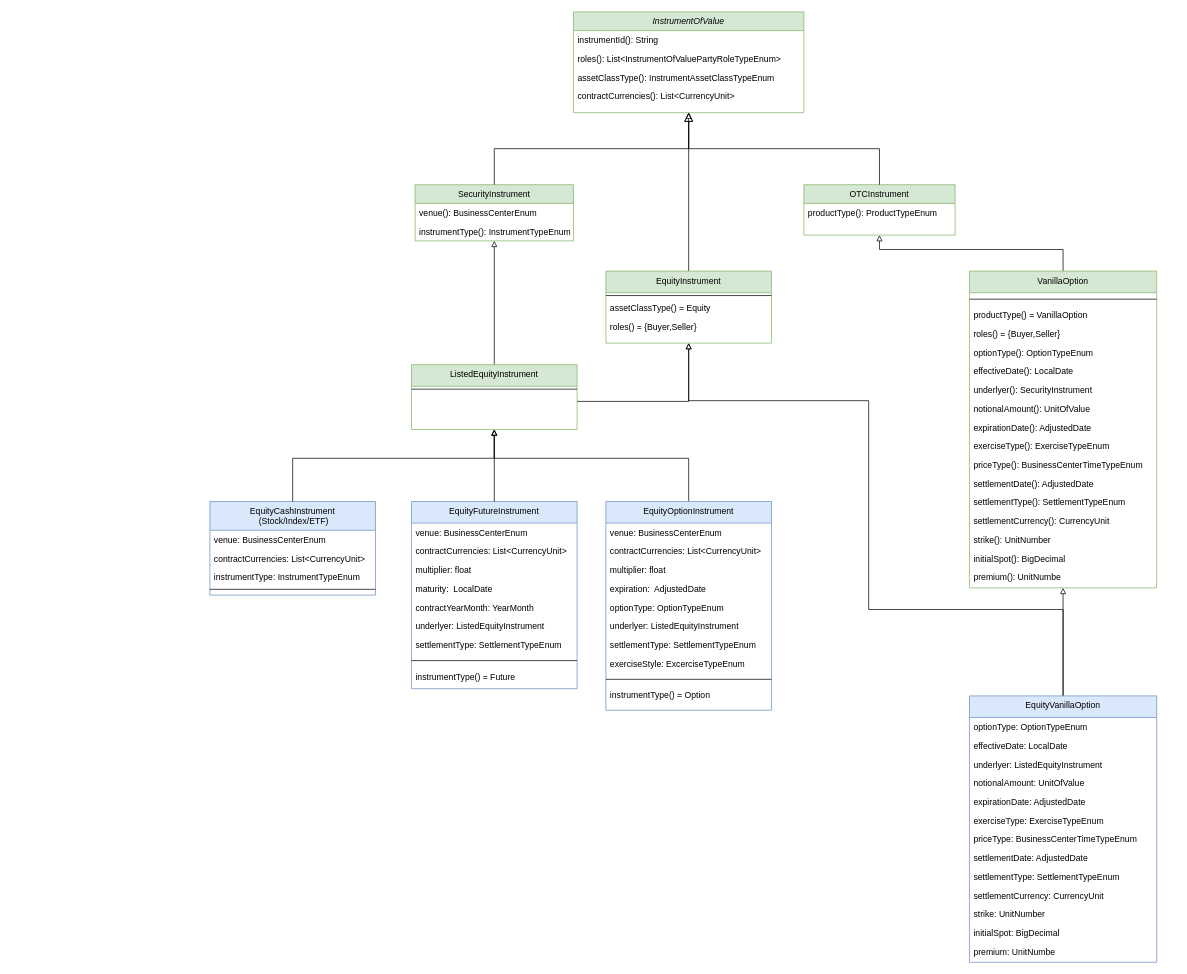
Earlier version of the draw.io diagram page "Instrument" (1 of 2) of risk-engine-data.drawio (blshao84/VaRReportingSys). Source tidied: cells renumbered, new cells numbered last; positions are measured from the earlier drawing's top-left corner, leaving out a move shared by most shapes. Both pictures are drawn from the tidied source at 72%, with x=0, y=0 at pixel (210, 12).
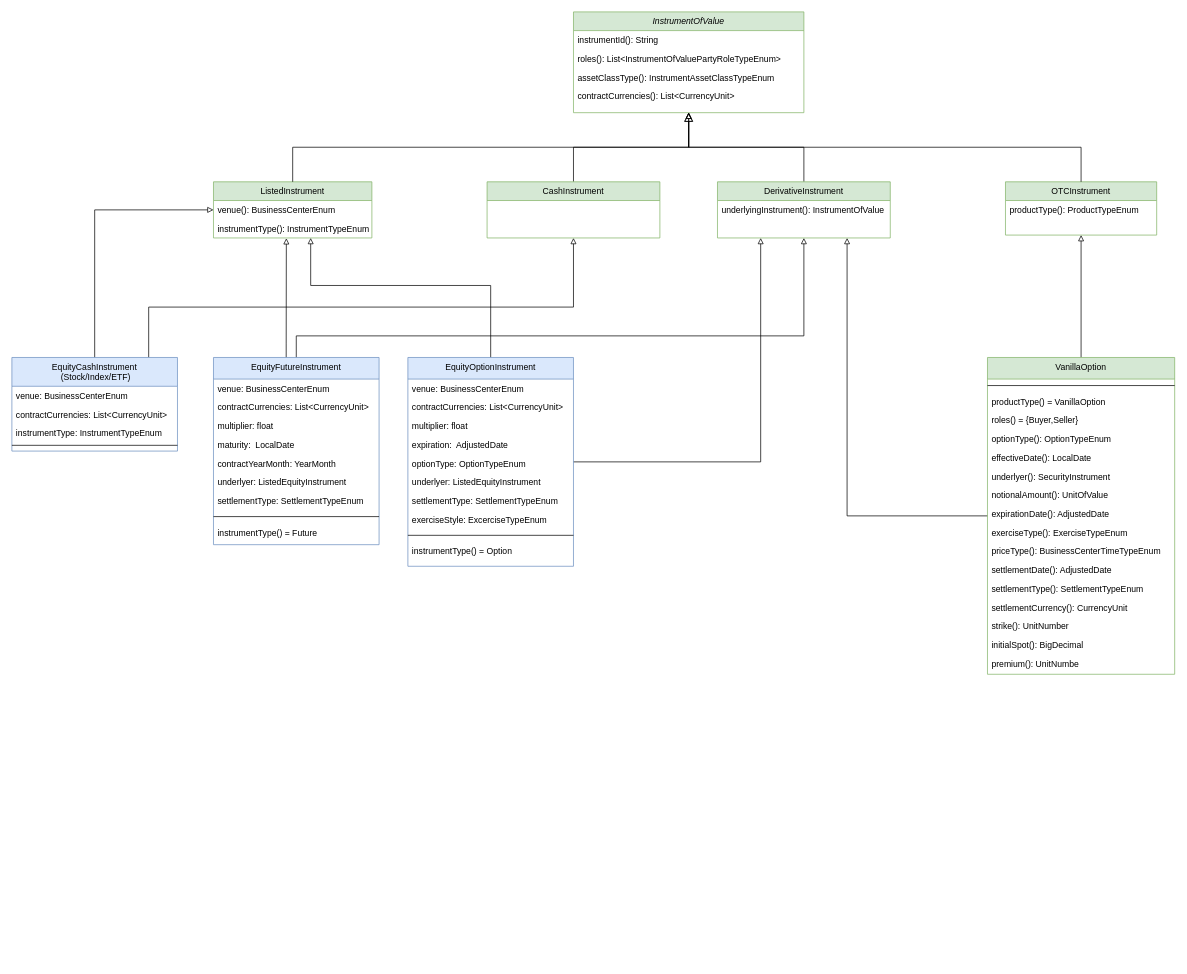
Above is the later version.

The change refers to these unchanged cells:
```xml
<mxCell id="3" value="InstrumentOfValue" style="swimlane;fontStyle=2;align=center;verticalAlign=top;horizontal=1;startSize=26;rounded=0;shadow=0;strokeWidth=1;fillColor=#d5e8d4;strokeColor=#82b366;" parent="1" vertex="1">
  <mxGeometry x="505" width="320" height="140" as="geometry" />
</mxCell>
<mxCell id="10" value="venue(): BusinessCenterEnum" style="text;align=left;verticalAlign=top;spacingLeft=4;spacingRight=4;overflow=hidden;points=[[0,0.5],[1,0.5]];portConstraint=eastwest;" parent="9" vertex="1">
  <mxGeometry y="26" width="220" height="26" as="geometry" />
</mxCell>
<mxCell id="11" value="instrumentType(): InstrumentTypeEnum" style="text;align=left;verticalAlign=top;spacingLeft=4;spacingRight=4;overflow=hidden;points=[[0,0.5],[1,0.5]];portConstraint=eastwest;" parent="9" vertex="1">
  <mxGeometry y="52" width="220" height="26" as="geometry" />
</mxCell>
```

Diff of the diagram source:
```diff
@@
-    <mxCell id="2" style="edgeStyle=orthogonalEdgeStyle;rounded=0;jettySize=auto;html=1;startArrow=block;startFill=0;endArrow=none;endFill=0;" parent="1" edge="1" source="3" target="34">
-      <mxGeometry relative="1" as="geometry" />
-    </mxCell>
@@
-    <mxCell id="8" style="edgeStyle=orthogonalEdgeStyle;rounded=0;jettySize=auto;html=1;startArrow=block;startFill=0;endArrow=none;endFill=0;" parent="1" edge="1" source="9" target="41">
-      <mxGeometry relative="1" as="geometry" />
-    </mxCell>
-    <mxCell id="9" value="SecurityInstrument" style="swimlane;fontStyle=0;align=center;verticalAlign=top;horizontal=1;startSize=26;rounded=0;shadow=0;strokeWidth=1;fillColor=#d5e8d4;strokeColor=#82b366;" parent="1" vertex="1">
-      <mxGeometry x="285" y="240" width="220" height="78" as="geometry" />
+    <mxCell id="9" value="ListedInstrument" style="swimlane;fontStyle=0;align=center;verticalAlign=top;horizontal=1;startSize=26;rounded=0;shadow=0;strokeWidth=1;fillColor=#d5e8d4;strokeColor=#82b366;" parent="1" vertex="1">
+      <mxGeometry x="5" y="236" width="220" height="78" as="geometry" />
     </mxCell>
@@
+    <mxCell id="86" style="edgeStyle=orthogonalEdgeStyle;rounded=0;jettySize=auto;html=1;entryX=0.5;entryY=1;entryDx=0;entryDy=0;endArrow=block;endFill=0;" parent="1" edge="1" source="13" target="95">
+      <mxGeometry relative="1" as="geometry">
+        <Array as="points">
+          <mxPoint x="-85" y="410" />
+          <mxPoint x="505" y="410" />
+        </Array>
+      </mxGeometry>
+    </mxCell>
+    <mxCell id="87" style="edgeStyle=orthogonalEdgeStyle;rounded=0;jettySize=auto;html=1;entryX=0;entryY=0.5;entryDx=0;entryDy=0;endArrow=block;endFill=0;" parent="1" edge="1" source="13" target="10">
+      <mxGeometry relative="1" as="geometry" />
+    </mxCell>
     <mxCell id="13" value="EquityCashInstrument&#10; (Stock/Index/ETF)" style="swimlane;fontStyle=0;align=center;verticalAlign=top;horizontal=1;startSize=40;rounded=0;shadow=0;strokeWidth=1;fillColor=#dae8fc;strokeColor=#6c8ebf;" parent="1" vertex="1">
-      <mxGeometry y="680" width="230" height="130" as="geometry" />
+      <mxGeometry x="-275" y="480" width="230" height="130" as="geometry" />
     </mxCell>
@@
-    <mxCell id="18" style="edgeStyle=orthogonalEdgeStyle;rounded=0;jettySize=auto;html=1;startArrow=block;startFill=0;endArrow=none;endFill=0;" parent="1" edge="1" source="19" target="55">
-      <mxGeometry relative="1" as="geometry">
-        <Array as="points">
-          <mxPoint x="930" y="330" />
-          <mxPoint x="1185" y="330" />
-        </Array>
-      </mxGeometry>
-    </mxCell>
     <mxCell id="19" value="OTCInstrument" style="swimlane;fontStyle=0;align=center;verticalAlign=top;horizontal=1;startSize=26;rounded=0;shadow=0;strokeWidth=1;fillColor=#d5e8d4;strokeColor=#82b366;" parent="1" vertex="1">
-      <mxGeometry x="825" y="240" width="210" height="70" as="geometry" />
+      <mxGeometry x="1105" y="236" width="210" height="74" as="geometry" />
     </mxCell>
@@
+    <mxCell id="88" style="edgeStyle=orthogonalEdgeStyle;rounded=0;jettySize=auto;html=1;entryX=0.46;entryY=1.015;entryDx=0;entryDy=0;entryPerimeter=0;endArrow=block;endFill=0;" parent="1" edge="1" source="22" target="11">
+      <mxGeometry relative="1" as="geometry">
+        <Array as="points">
+          <mxPoint x="106" y="460" />
+          <mxPoint x="106" y="460" />
+        </Array>
+      </mxGeometry>
+    </mxCell>
+    <mxCell id="89" style="edgeStyle=orthogonalEdgeStyle;rounded=0;jettySize=auto;html=1;endArrow=block;endFill=0;entryX=0.5;entryY=1;entryDx=0;entryDy=0;" parent="1" edge="1" source="22" target="97">
+      <mxGeometry relative="1" as="geometry">
+        <Array as="points">
+          <mxPoint x="120" y="450" />
+          <mxPoint x="825" y="450" />
+        </Array>
+      </mxGeometry>
+    </mxCell>
     <mxCell id="22" value="EquityFutureInstrument" style="swimlane;fontStyle=0;align=center;verticalAlign=top;horizontal=1;startSize=30;rounded=0;shadow=0;strokeWidth=1;fillColor=#dae8fc;strokeColor=#6c8ebf;" parent="1" vertex="1">
-      <mxGeometry x="280" y="680" width="230" height="260" as="geometry" />
+      <mxGeometry x="5" y="480" width="230" height="260" as="geometry" />
     </mxCell>
@@
-    <mxCell id="32" style="edgeStyle=orthogonalEdgeStyle;rounded=0;jettySize=auto;html=1;entryX=1;entryY=0.5;entryDx=0;entryDy=0;startArrow=block;startFill=0;endArrow=none;endFill=0;exitX=0.5;exitY=1;exitDx=0;exitDy=0;" parent="1" edge="1" source="34">
-      <mxGeometry relative="1" as="geometry">
-        <mxPoint x="510" y="541" as="targetPoint" />
-        <Array as="points">
-          <mxPoint x="665" y="541" />
-        </Array>
-      </mxGeometry>
-    </mxCell>
-    <mxCell id="33" style="edgeStyle=orthogonalEdgeStyle;rounded=0;jettySize=auto;html=1;entryX=0.5;entryY=0;entryDx=0;entryDy=0;startArrow=block;startFill=0;endArrow=none;endFill=0;" parent="1" edge="1" source="34" target="72">
-      <mxGeometry relative="1" as="geometry">
-        <Array as="points">
-          <mxPoint x="665" y="540" />
-          <mxPoint x="915" y="540" />
-          <mxPoint x="915" y="830" />
-          <mxPoint x="1185" y="830" />
-        </Array>
-      </mxGeometry>
-    </mxCell>
-    <mxCell id="34" value="EquityInstrument" style="swimlane;fontStyle=0;align=center;verticalAlign=top;horizontal=1;startSize=30;rounded=0;shadow=0;strokeWidth=1;fillColor=#d5e8d4;strokeColor=#82b366;" parent="1" vertex="1">
-      <mxGeometry x="550" y="360" width="230" height="100" as="geometry" />
-    </mxCell>
-    <mxCell id="35" style="line;html=1;strokeWidth=1;align=left;verticalAlign=middle;spacingTop=-1;spacingLeft=3;spacingRight=3;labelPosition=right;" parent="34" vertex="1">
-      <mxGeometry y="30" width="230" height="8" as="geometry" />
-    </mxCell>
-    <mxCell id="36" value="assetClassType() = Equity" style="text;align=left;verticalAlign=top;spacingLeft=4;spacingRight=4;overflow=hidden;" parent="34" vertex="1">
-      <mxGeometry y="38" width="230" height="26" as="geometry" />
-    </mxCell>
-    <mxCell id="37" value="roles() = {Buyer,Seller}" style="text;align=left;verticalAlign=top;spacingLeft=4;spacingRight=4;overflow=hidden;" parent="34" vertex="1">
-      <mxGeometry y="64" width="230" height="26" as="geometry" />
-    </mxCell>
-    <mxCell id="38" style="edgeStyle=orthogonalEdgeStyle;rounded=0;jettySize=auto;html=1;entryX=0.5;entryY=0;entryDx=0;entryDy=0;startArrow=block;startFill=0;endArrow=none;endFill=0;" parent="1" edge="1" source="41" target="13">
-      <mxGeometry relative="1" as="geometry">
-        <Array as="points">
-          <mxPoint x="395" y="620" />
-          <mxPoint x="115" y="620" />
-        </Array>
-      </mxGeometry>
-    </mxCell>
-    <mxCell id="39" style="edgeStyle=orthogonalEdgeStyle;rounded=0;jettySize=auto;html=1;startArrow=block;startFill=0;endArrow=none;endFill=0;" parent="1" edge="1" source="41" target="22">
-      <mxGeometry relative="1" as="geometry" />
-    </mxCell>
-    <mxCell id="40" style="edgeStyle=orthogonalEdgeStyle;rounded=0;jettySize=auto;html=1;startArrow=block;startFill=0;endArrow=none;endFill=0;" parent="1" edge="1" source="41" target="43">
-      <mxGeometry relative="1" as="geometry">
-        <Array as="points">
-          <mxPoint x="395" y="620" />
-          <mxPoint x="665" y="620" />
-        </Array>
-      </mxGeometry>
-    </mxCell>
-    <mxCell id="41" value="ListedEquityInstrument" style="swimlane;fontStyle=0;align=center;verticalAlign=top;horizontal=1;startSize=30;rounded=0;shadow=0;strokeWidth=1;fillColor=#d5e8d4;strokeColor=#82b366;" parent="1" vertex="1">
-      <mxGeometry x="280" y="490" width="230" height="90" as="geometry" />
-    </mxCell>
-    <mxCell id="42" style="line;html=1;strokeWidth=1;align=left;verticalAlign=middle;spacingTop=-1;spacingLeft=3;spacingRight=3;labelPosition=right;" parent="41" vertex="1">
-      <mxGeometry y="30" width="230" height="8" as="geometry" />
-    </mxCell>
+    <mxCell id="90" style="edgeStyle=orthogonalEdgeStyle;rounded=0;jettySize=auto;html=1;endArrow=block;endFill=0;" parent="1" edge="1" source="43" target="11">
+      <mxGeometry relative="1" as="geometry">
+        <Array as="points">
+          <mxPoint x="390" y="380" />
+          <mxPoint x="140" y="380" />
+        </Array>
+      </mxGeometry>
+    </mxCell>
+    <mxCell id="91" style="edgeStyle=orthogonalEdgeStyle;rounded=0;jettySize=auto;html=1;endArrow=block;endFill=0;entryX=0.25;entryY=1;entryDx=0;entryDy=0;" parent="1" edge="1" source="43" target="97">
+      <mxGeometry relative="1" as="geometry" />
+    </mxCell>
     <mxCell id="43" value="EquityOptionInstrument" style="swimlane;fontStyle=0;align=center;verticalAlign=top;horizontal=1;startSize=30;rounded=0;shadow=0;strokeWidth=1;fillColor=#dae8fc;strokeColor=#6c8ebf;" parent="1" vertex="1">
-      <mxGeometry x="550" y="680" width="230" height="290" as="geometry" />
+      <mxGeometry x="275" y="480" width="230" height="290" as="geometry" />
     </mxCell>
@@
-    <mxCell id="54" style="edgeStyle=orthogonalEdgeStyle;rounded=0;jettySize=auto;html=1;startArrow=block;startFill=0;endArrow=none;endFill=0;entryX=0.5;entryY=0;entryDx=0;entryDy=0;" parent="1" edge="1" source="55" target="72">
-      <mxGeometry relative="1" as="geometry" />
-    </mxCell>
+    <mxCell id="92" style="edgeStyle=orthogonalEdgeStyle;rounded=0;jettySize=auto;html=1;entryX=0.5;entryY=1;entryDx=0;entryDy=0;endArrow=block;endFill=0;" parent="1" edge="1" source="55" target="19">
+      <mxGeometry relative="1" as="geometry" />
+    </mxCell>
+    <mxCell id="93" style="edgeStyle=orthogonalEdgeStyle;rounded=0;jettySize=auto;html=1;entryX=0.75;entryY=1;entryDx=0;entryDy=0;endArrow=block;endFill=0;" parent="1" edge="1" source="55" target="97">
+      <mxGeometry relative="1" as="geometry" />
+    </mxCell>
     <mxCell id="55" value="VanillaOption" style="swimlane;fontStyle=0;align=center;verticalAlign=top;horizontal=1;startSize=30;rounded=0;shadow=0;strokeWidth=1;fillColor=#d5e8d4;strokeColor=#82b366;" parent="1" vertex="1">
-      <mxGeometry x="1055" y="360" width="260" height="440" as="geometry" />
+      <mxGeometry x="1080" y="480" width="260" height="440" as="geometry" />
     </mxCell>
@@
-    <mxCell id="72" value="EquityVanillaOption" style="swimlane;fontStyle=0;align=center;verticalAlign=top;horizontal=1;startSize=30;rounded=0;shadow=0;strokeWidth=1;fillColor=#dae8fc;strokeColor=#6c8ebf;" parent="1" vertex="1">
-      <mxGeometry x="1055" y="950" width="260" height="370" as="geometry" />
-    </mxCell>
-    <mxCell id="73" value="optionType: OptionTypeEnum" style="text;align=left;verticalAlign=top;spacingLeft=4;spacingRight=4;overflow=hidden;" parent="72" vertex="1">
-      <mxGeometry y="30" width="260" height="26" as="geometry" />
-    </mxCell>
-    <mxCell id="74" value="effectiveDate: LocalDate" style="text;align=left;verticalAlign=top;spacingLeft=4;spacingRight=4;overflow=hidden;" parent="72" vertex="1">
-      <mxGeometry y="56" width="260" height="26" as="geometry" />
-    </mxCell>
-    <mxCell id="75" value="underlyer: ListedEquityInstrument" style="text;align=left;verticalAlign=top;spacingLeft=4;spacingRight=4;overflow=hidden;" parent="72" vertex="1">
-      <mxGeometry y="82" width="260" height="26" as="geometry" />
-    </mxCell>
-    <mxCell id="76" value="notionalAmount: UnitOfValue" style="text;align=left;verticalAlign=top;spacingLeft=4;spacingRight=4;overflow=hidden;" parent="72" vertex="1">
-      <mxGeometry y="108" width="260" height="26" as="geometry" />
-    </mxCell>
-    <mxCell id="77" value="expirationDate: AdjustedDate" style="text;align=left;verticalAlign=top;spacingLeft=4;spacingRight=4;overflow=hidden;" parent="72" vertex="1">
-      <mxGeometry y="134" width="260" height="26" as="geometry" />
-    </mxCell>
-    <mxCell id="78" value="exerciseType: ExerciseTypeEnum" style="text;align=left;verticalAlign=top;spacingLeft=4;spacingRight=4;overflow=hidden;" parent="72" vertex="1">
-      <mxGeometry y="160" width="260" height="26" as="geometry" />
-    </mxCell>
-    <mxCell id="79" value="priceType: BusinessCenterTimeTypeEnum" style="text;align=left;verticalAlign=top;spacingLeft=4;spacingRight=4;overflow=hidden;" parent="72" vertex="1">
-      <mxGeometry y="186" width="260" height="26" as="geometry" />
-    </mxCell>
-    <mxCell id="80" value="settlementDate: AdjustedDate&#10;" style="text;align=left;verticalAlign=top;spacingLeft=4;spacingRight=4;overflow=hidden;" parent="72" vertex="1">
-      <mxGeometry y="212" width="260" height="26" as="geometry" />
-    </mxCell>
-    <mxCell id="81" value="settlementType: SettlementTypeEnum" style="text;align=left;verticalAlign=top;spacingLeft=4;spacingRight=4;overflow=hidden;" parent="72" vertex="1">
-      <mxGeometry y="238" width="260" height="26" as="geometry" />
-    </mxCell>
-    <mxCell id="82" value="settlementCurrency: CurrencyUnit" style="text;align=left;verticalAlign=top;spacingLeft=4;spacingRight=4;overflow=hidden;" parent="72" vertex="1">
-      <mxGeometry y="264" width="260" height="26" as="geometry" />
-    </mxCell>
-    <mxCell id="83" value="strike: UnitNumber" style="text;align=left;verticalAlign=top;spacingLeft=4;spacingRight=4;overflow=hidden;" parent="72" vertex="1">
-      <mxGeometry y="290" width="260" height="26" as="geometry" />
-    </mxCell>
-    <mxCell id="84" value="initialSpot: BigDecimal" style="text;align=left;verticalAlign=top;spacingLeft=4;spacingRight=4;overflow=hidden;" parent="72" vertex="1">
-      <mxGeometry y="316" width="260" height="26" as="geometry" />
-    </mxCell>
-    <mxCell id="85" value="premium: UnitNumbe" style="text;align=left;verticalAlign=top;spacingLeft=4;spacingRight=4;overflow=hidden;" parent="72" vertex="1">
-      <mxGeometry y="342" width="260" height="26" as="geometry" />
-    </mxCell>
+    <mxCell id="94" style="edgeStyle=orthogonalEdgeStyle;rounded=0;jettySize=auto;html=1;entryX=0.5;entryY=1;entryDx=0;entryDy=0;endArrow=block;endFill=0;" parent="1" edge="1" source="95" target="3">
+      <mxGeometry relative="1" as="geometry" />
+    </mxCell>
+    <mxCell id="95" value="CashInstrument" style="swimlane;fontStyle=0;align=center;verticalAlign=top;horizontal=1;startSize=26;rounded=0;shadow=0;strokeWidth=1;fillColor=#d5e8d4;strokeColor=#82b366;" parent="1" vertex="1">
+      <mxGeometry x="385" y="236" width="240" height="78" as="geometry" />
+    </mxCell>
+    <mxCell id="96" style="edgeStyle=orthogonalEdgeStyle;rounded=0;jettySize=auto;html=1;endArrow=block;endFill=0;" parent="1" edge="1" source="97">
+      <mxGeometry relative="1" as="geometry">
+        <mxPoint x="665" y="140" as="targetPoint" />
+        <Array as="points">
+          <mxPoint x="825" y="188" />
+          <mxPoint x="665" y="188" />
+          <mxPoint x="665" y="140" />
+        </Array>
+      </mxGeometry>
+    </mxCell>
+    <mxCell id="97" value="DerivativeInstrument" style="swimlane;fontStyle=0;align=center;verticalAlign=top;horizontal=1;startSize=26;rounded=0;shadow=0;strokeWidth=1;fillColor=#d5e8d4;strokeColor=#82b366;" parent="1" vertex="1">
+      <mxGeometry x="705" y="236" width="240" height="78" as="geometry" />
+    </mxCell>
+    <mxCell id="98" value="underlyingInstrument(): InstrumentOfValue" style="text;align=left;verticalAlign=top;spacingLeft=4;spacingRight=4;overflow=hidden;" parent="97" vertex="1">
+      <mxGeometry y="26" width="240" height="26" as="geometry" />
+    </mxCell>
```
